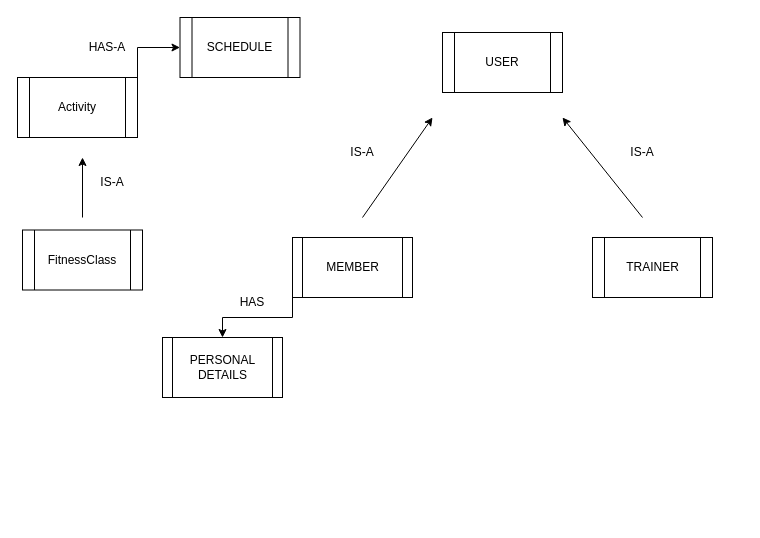
The draw.io diagram src/fitnessCenterChallenge/Untitled Diagram.drawio in GabriellaNuca2209/itschool, before the edit. Source tidied: cells renumbered, new cells numbered last; positions are measured from the earlier drawing's top-left corner, leaving out a move shared by most shapes. Both pictures are drawn from the tidied source at 100%, with x=0, y=0 at pixel (17, 17).
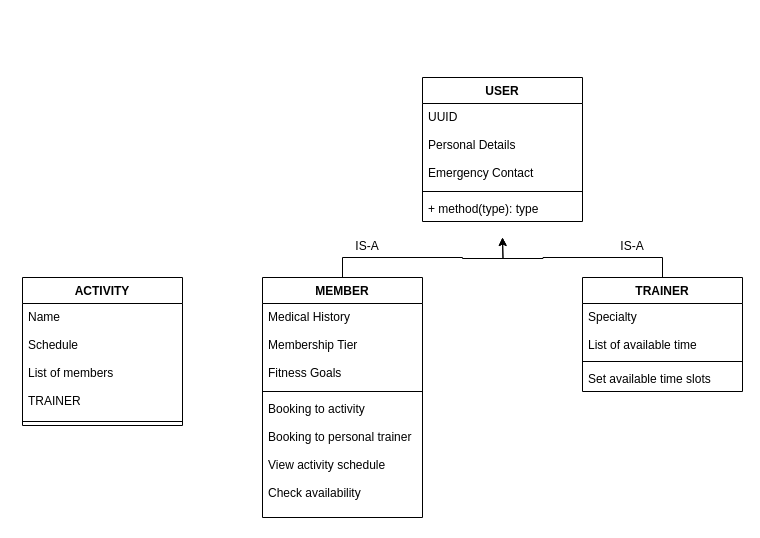
The same diagram, later.

Commit message:
session 12, fitness draft

What changed in the source:
```diff
@@
-    <mxCell id="2" style="edgeStyle=orthogonalEdgeStyle;rounded=0;jettySize=auto;html=1;exitX=0;exitY=1;exitDx=0;exitDy=0;" parent="1" edge="1" source="3" target="20">
-      <mxGeometry relative="1" as="geometry" />
-    </mxCell>
-    <mxCell id="3" style="shape=process;whiteSpace=wrap;html=1;backgroundOutline=1;size=0.08333333333333333;" parent="1" vertex="1">
-      <mxGeometry x="275" y="220" width="120" height="60" as="geometry" />
-    </mxCell>
+    <mxCell id="25" value="USER" style="swimlane;fontStyle=1;align=center;verticalAlign=top;horizontal=1;startSize=26;" parent="1" vertex="1">
+      <mxGeometry x="405" y="60" width="160" height="144" as="geometry" />
+    </mxCell>
+    <mxCell id="26" value="UUID &#10;&#10;Personal Details &#10;&#10;Emergency Contact &#10;" style="text;strokeColor=none;fillColor=none;align=left;verticalAlign=top;spacingLeft=4;spacingRight=4;overflow=hidden;" parent="25" vertex="1">
+      <mxGeometry y="26" width="160" height="84" as="geometry" />
+    </mxCell>
+    <mxCell id="27" style="line;strokeWidth=1;fillColor=none;align=left;verticalAlign=middle;spacingTop=-1;spacingLeft=3;spacingRight=3;labelPosition=right;strokeColor=inherit;" parent="25" vertex="1">
+      <mxGeometry y="110" width="160" height="8" as="geometry" />
+    </mxCell>
+    <mxCell id="28" value="+ method(type): type" style="text;strokeColor=none;fillColor=none;align=left;verticalAlign=top;spacingLeft=4;spacingRight=4;overflow=hidden;" parent="25" vertex="1">
+      <mxGeometry y="118" width="160" height="26" as="geometry" />
+    </mxCell>
+    <mxCell id="29" style="edgeStyle=orthogonalEdgeStyle;rounded=0;jettySize=auto;html=1;exitX=0.5;exitY=0;exitDx=0;exitDy=0;" parent="1" edge="1" source="10">
+      <mxGeometry relative="1" as="geometry">
+        <mxPoint x="485" y="220" as="targetPoint" />
+      </mxGeometry>
+    </mxCell>
+    <mxCell id="10" value="TRAINER" style="swimlane;fontStyle=1;align=center;verticalAlign=top;horizontal=1;startSize=26;" parent="1" vertex="1">
+      <mxGeometry x="565" y="260" width="160" height="114" as="geometry" />
+    </mxCell>
+    <mxCell id="30" value="Specialty&#10;&#10;List of available time" style="text;strokeColor=none;fillColor=none;align=left;verticalAlign=top;spacingLeft=4;spacingRight=4;overflow=hidden;" parent="10" vertex="1">
+      <mxGeometry y="26" width="160" height="54" as="geometry" />
+    </mxCell>
+    <mxCell id="31" style="line;strokeWidth=1;fillColor=none;align=left;verticalAlign=middle;spacingTop=-1;spacingLeft=3;spacingRight=3;labelPosition=right;strokeColor=inherit;" parent="10" vertex="1">
+      <mxGeometry y="80" width="160" height="8" as="geometry" />
+    </mxCell>
+    <mxCell id="32" value="Set available time slots" style="text;strokeColor=none;fillColor=none;align=left;verticalAlign=top;spacingLeft=4;spacingRight=4;overflow=hidden;" parent="10" vertex="1">
+      <mxGeometry y="88" width="160" height="26" as="geometry" />
+    </mxCell>
+    <mxCell id="33" style="edgeStyle=orthogonalEdgeStyle;rounded=0;jettySize=auto;html=1;exitX=0.5;exitY=0;exitDx=0;exitDy=0;" parent="1" edge="1" source="4">
+      <mxGeometry relative="1" as="geometry">
+        <mxPoint x="485" y="220" as="targetPoint" />
+      </mxGeometry>
+    </mxCell>
-    <mxCell id="4" value="MEMBER" style="text;html=1;strokeColor=none;fillColor=none;align=center;verticalAlign=middle;whiteSpace=wrap;rounded=0;" parent="1" vertex="1">
-      <mxGeometry x="282.5" y="227.5" width="105" height="45" as="geometry" />
+    <mxCell id="4" value="MEMBER" style="swimlane;fontStyle=1;align=center;verticalAlign=top;horizontal=1;startSize=26;" parent="1" vertex="1">
+      <mxGeometry x="245" y="260" width="160" height="240" as="geometry" />
     </mxCell>
-    <mxCell id="5" style="shape=process;whiteSpace=wrap;html=1;backgroundOutline=1;" parent="1" vertex="1">
-      <mxGeometry x="425" y="15" width="120" height="60" as="geometry" />
-    </mxCell>
-    <mxCell id="6" value="USER" style="text;html=1;strokeColor=none;fillColor=none;align=center;verticalAlign=middle;whiteSpace=wrap;rounded=0;" parent="1" vertex="1">
-      <mxGeometry x="455" y="30" width="60" height="30" as="geometry" />
-    </mxCell>
-    <mxCell id="7" style="endArrow=classic;html=1;rounded=0;" parent="1" edge="1">
-      <mxGeometry relative="1" as="geometry">
-        <mxPoint x="345" y="200" as="sourcePoint" />
-        <mxPoint x="415" y="100" as="targetPoint" />
-      </mxGeometry>
-    </mxCell>
-    <mxCell id="8" value="IS-A" style="text;html=1;strokeColor=none;fillColor=none;align=center;verticalAlign=middle;whiteSpace=wrap;rounded=0;" parent="1" vertex="1">
-      <mxGeometry x="315" y="120" width="60" height="30" as="geometry" />
-    </mxCell>
-    <mxCell id="9" style="shape=process;whiteSpace=wrap;html=1;backgroundOutline=1;" parent="1" vertex="1">
-      <mxGeometry x="575" y="220" width="120" height="60" as="geometry" />
-    </mxCell>
-    <mxCell id="10" value="TRAINER" style="text;html=1;strokeColor=none;fillColor=none;align=center;verticalAlign=middle;whiteSpace=wrap;rounded=0;" parent="1" vertex="1">
-      <mxGeometry x="582.5" y="227.5" width="105" height="45" as="geometry" />
-    </mxCell>
-    <mxCell id="11" style="endArrow=classic;html=1;rounded=0;" parent="1" edge="1">
-      <mxGeometry relative="1" as="geometry">
-        <mxPoint x="625" y="200" as="sourcePoint" />
-        <mxPoint x="545" y="100" as="targetPoint" />
-      </mxGeometry>
-    </mxCell>
-    <mxCell id="12" value="IS-A" style="text;html=1;strokeColor=none;fillColor=none;align=center;verticalAlign=middle;whiteSpace=wrap;rounded=0;" parent="1" vertex="1">
-      <mxGeometry x="595" y="120" width="60" height="30" as="geometry" />
-    </mxCell>
-    <mxCell id="13" style="shape=process;whiteSpace=wrap;html=1;backgroundOutline=1;" parent="1" vertex="1">
-      <mxGeometry x="5" y="212.5" width="120" height="60" as="geometry" />
-    </mxCell>
-    <mxCell id="14" value="FitnessClass" style="text;html=1;strokeColor=none;fillColor=none;align=center;verticalAlign=middle;whiteSpace=wrap;rounded=0;" parent="1" vertex="1">
-      <mxGeometry x="10" y="227.5" width="110" height="30" as="geometry" />
-    </mxCell>
-    <mxCell id="15" style="edgeStyle=orthogonalEdgeStyle;rounded=0;jettySize=auto;html=1;exitX=1;exitY=0;exitDx=0;exitDy=0;" parent="1" edge="1" source="16" target="23">
-      <mxGeometry relative="1" as="geometry" />
-    </mxCell>
-    <mxCell id="16" style="shape=process;whiteSpace=wrap;html=1;backgroundOutline=1;" parent="1" vertex="1">
-      <mxGeometry y="60" width="120" height="60" as="geometry" />
-    </mxCell>
-    <mxCell id="17" value="Activity" style="text;html=1;strokeColor=none;fillColor=none;align=center;verticalAlign=middle;whiteSpace=wrap;rounded=0;" parent="1" vertex="1">
-      <mxGeometry x="30" y="75" width="60" height="30" as="geometry" />
-    </mxCell>
-    <mxCell id="18" style="endArrow=classic;html=1;rounded=0;" parent="1" edge="1">
-      <mxGeometry relative="1" as="geometry">
-        <mxPoint x="65" y="200" as="sourcePoint" />
-        <mxPoint x="65" y="140" as="targetPoint" />
-      </mxGeometry>
-    </mxCell>
-    <mxCell id="19" value="IS-A" style="text;html=1;strokeColor=none;fillColor=none;align=center;verticalAlign=middle;whiteSpace=wrap;rounded=0;" parent="1" vertex="1">
-      <mxGeometry x="65" y="150" width="60" height="30" as="geometry" />
-    </mxCell>
-    <mxCell id="20" style="shape=process;whiteSpace=wrap;html=1;backgroundOutline=1;size=0.08333333333333333;" parent="1" vertex="1">
-      <mxGeometry x="145" y="320" width="120" height="60" as="geometry" />
-    </mxCell>
-    <mxCell id="21" value="PERSONAL&lt;br&gt;DETAILS" style="text;html=1;strokeColor=none;fillColor=none;align=center;verticalAlign=middle;whiteSpace=wrap;rounded=0;" parent="1" vertex="1">
-      <mxGeometry x="152.5" y="327.5" width="105" height="45" as="geometry" />
-    </mxCell>
-    <mxCell id="22" value="HAS" style="text;html=1;strokeColor=none;fillColor=none;align=center;verticalAlign=middle;whiteSpace=wrap;rounded=0;" parent="1" vertex="1">
-      <mxGeometry x="205" y="270" width="60" height="30" as="geometry" />
-    </mxCell>
-    <mxCell id="23" style="shape=process;whiteSpace=wrap;html=1;backgroundOutline=1;" parent="1" vertex="1">
-      <mxGeometry x="162.5" width="120" height="60" as="geometry" />
-    </mxCell>
-    <mxCell id="24" value="SCHEDULE" style="text;html=1;strokeColor=none;fillColor=none;align=center;verticalAlign=middle;whiteSpace=wrap;rounded=0;" parent="1" vertex="1">
-      <mxGeometry x="170" y="7.5" width="105" height="45" as="geometry" />
-    </mxCell>
-    <mxCell id="25" value="HAS-A" style="text;html=1;strokeColor=none;fillColor=none;align=center;verticalAlign=middle;whiteSpace=wrap;rounded=0;" parent="1" vertex="1">
-      <mxGeometry x="60" y="15" width="60" height="30" as="geometry" />
-    </mxCell>
+    <mxCell id="34" value="Medical History&#10;&#10;Membership Tier&#10;&#10;Fitness Goals" style="text;strokeColor=none;fillColor=none;align=left;verticalAlign=top;spacingLeft=4;spacingRight=4;overflow=hidden;" parent="4" vertex="1">
+      <mxGeometry y="26" width="160" height="84" as="geometry" />
+    </mxCell>
+    <mxCell id="35" style="line;strokeWidth=1;fillColor=none;align=left;verticalAlign=middle;spacingTop=-1;spacingLeft=3;spacingRight=3;labelPosition=right;strokeColor=inherit;" parent="4" vertex="1">
+      <mxGeometry y="110" width="160" height="8" as="geometry" />
+    </mxCell>
+    <mxCell id="36" value="Booking to activity&#10;&#10;Booking to personal trainer&#10;&#10;View activity schedule&#10;&#10;Check availability" style="text;strokeColor=none;fillColor=none;align=left;verticalAlign=top;spacingLeft=4;spacingRight=4;overflow=hidden;" parent="4" vertex="1">
+      <mxGeometry y="118" width="160" height="122" as="geometry" />
+    </mxCell>
+    <mxCell id="37" value="IS-A" style="text;html=1;strokeColor=none;fillColor=none;align=center;verticalAlign=middle;whiteSpace=wrap;rounded=0;" parent="1" vertex="1">
+      <mxGeometry x="320" y="214" width="60" height="30" as="geometry" />
+    </mxCell>
+    <mxCell id="38" value="IS-A" style="text;html=1;strokeColor=none;fillColor=none;align=center;verticalAlign=middle;whiteSpace=wrap;rounded=0;" parent="1" vertex="1">
+      <mxGeometry x="585" y="214" width="60" height="30" as="geometry" />
+    </mxCell>
+    <mxCell id="39" value="ACTIVITY" style="swimlane;fontStyle=1;align=center;verticalAlign=top;horizontal=1;startSize=26;" parent="1" vertex="1">
+      <mxGeometry x="5" y="260" width="160" height="148" as="geometry" />
+    </mxCell>
+    <mxCell id="40" value="Name&#10;&#10;Schedule&#10;&#10;List of members&#10;&#10;TRAINER" style="text;strokeColor=none;fillColor=none;align=left;verticalAlign=top;spacingLeft=4;spacingRight=4;overflow=hidden;" parent="39" vertex="1">
+      <mxGeometry y="26" width="160" height="114" as="geometry" />
+    </mxCell>
+    <mxCell id="41" style="line;strokeWidth=1;fillColor=none;align=left;verticalAlign=middle;spacingTop=-1;spacingLeft=3;spacingRight=3;labelPosition=right;strokeColor=inherit;" parent="39" vertex="1">
+      <mxGeometry y="140" width="160" height="8" as="geometry" />
+    </mxCell>
```
